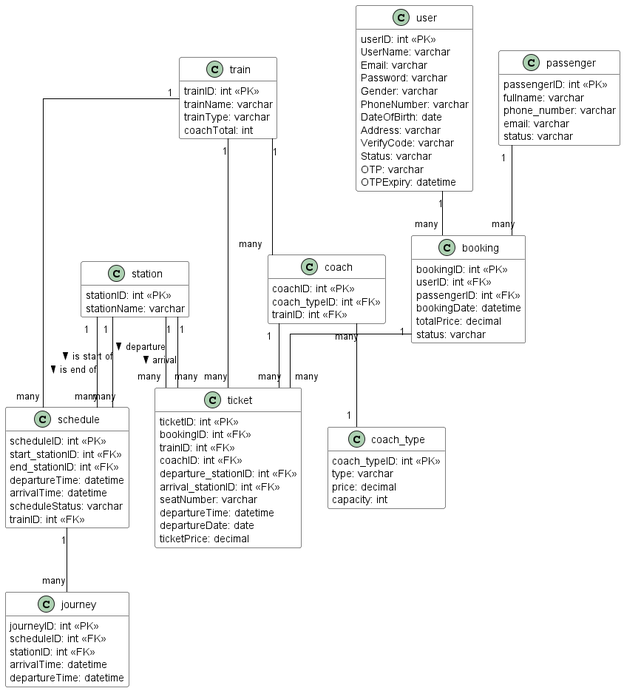
anhoang935/railway-app-web keeps this PlantUML diagram as out/uml/backendcomponent/BackendComponentDiagram.png. Above is the earlier version. Its diagram source:
```plantuml
@startuml BackendComponentDiagram

hide empty members
skinparam linetype ortho
skinparam monochrome false

skinparam class {
  BackgroundColor white
  BorderColor black
  ArrowColor black
}

class user {
  userID: int <<PK>>
  UserName: varchar
  Email: varchar
  Password: varchar
  Gender: varchar
  PhoneNumber: varchar
  DateOfBirth: date
  Address: varchar
  VerifyCode: varchar
  Status: varchar
  OTP: varchar
  OTPExpiry: datetime
}

class train {
  trainID: int <<PK>>
  trainName: varchar
  trainType: varchar
  coachTotal: int
}

class coach {
  coachID: int <<PK>>
  coach_typeID: int <<FK>>
  trainID: int <<FK>>
}

class coach_type {
  coach_typeID: int <<PK>>
  type: varchar
  price: decimal
  capacity: int
}

class station {
  stationID: int <<PK>>
  stationName: varchar
}

class schedule {
  scheduleID: int <<PK>>
  start_stationID: int <<FK>>
  end_stationID: int <<FK>>
  departureTime: datetime
  arrivalTime: datetime
  scheduleStatus: varchar
  trainID: int <<FK>>
}

class passenger {
  passengerID: int <<PK>>
  fullname: varchar
  phone_number: varchar
  email: varchar
  status: varchar
}

class ticket {
  ticketID: int <<PK>>
  bookingID: int <<FK>>
  trainID: int <<FK>>
  coachID: int <<FK>>
  departure_stationID: int <<FK>>
  arrival_stationID: int <<FK>>
  seatNumber: varchar
  departureTime: datetime
  departureDate: date
  ticketPrice: decimal
}

class journey {
  journeyID: int <<PK>>
  scheduleID: int <<FK>>
  stationID: int <<FK>>
  arrivalTime: datetime
  departureTime: datetime
}

class booking {
  bookingID: int <<PK>>
  userID: int <<FK>>
  passengerID: int <<FK>>
  bookingDate: datetime
  totalPrice: decimal
  status: varchar
}

train "1" -- "many" coach
coach "many" -- "1" coach_type
train "1" -- "many" schedule
station "1" -- "many" schedule : is start of >
station "1" -- "many" schedule : is end of >
schedule "1" -- "many" journey
passenger "1" -- "many" booking
user "1" -- "many" booking
booking "1" -- "many" ticket
train "1" -- "many" ticket
coach "1" -- "many" ticket
station "1" -- "many" ticket : departure >
station "1" -- "many" ticket : arrival >

@enduml
```
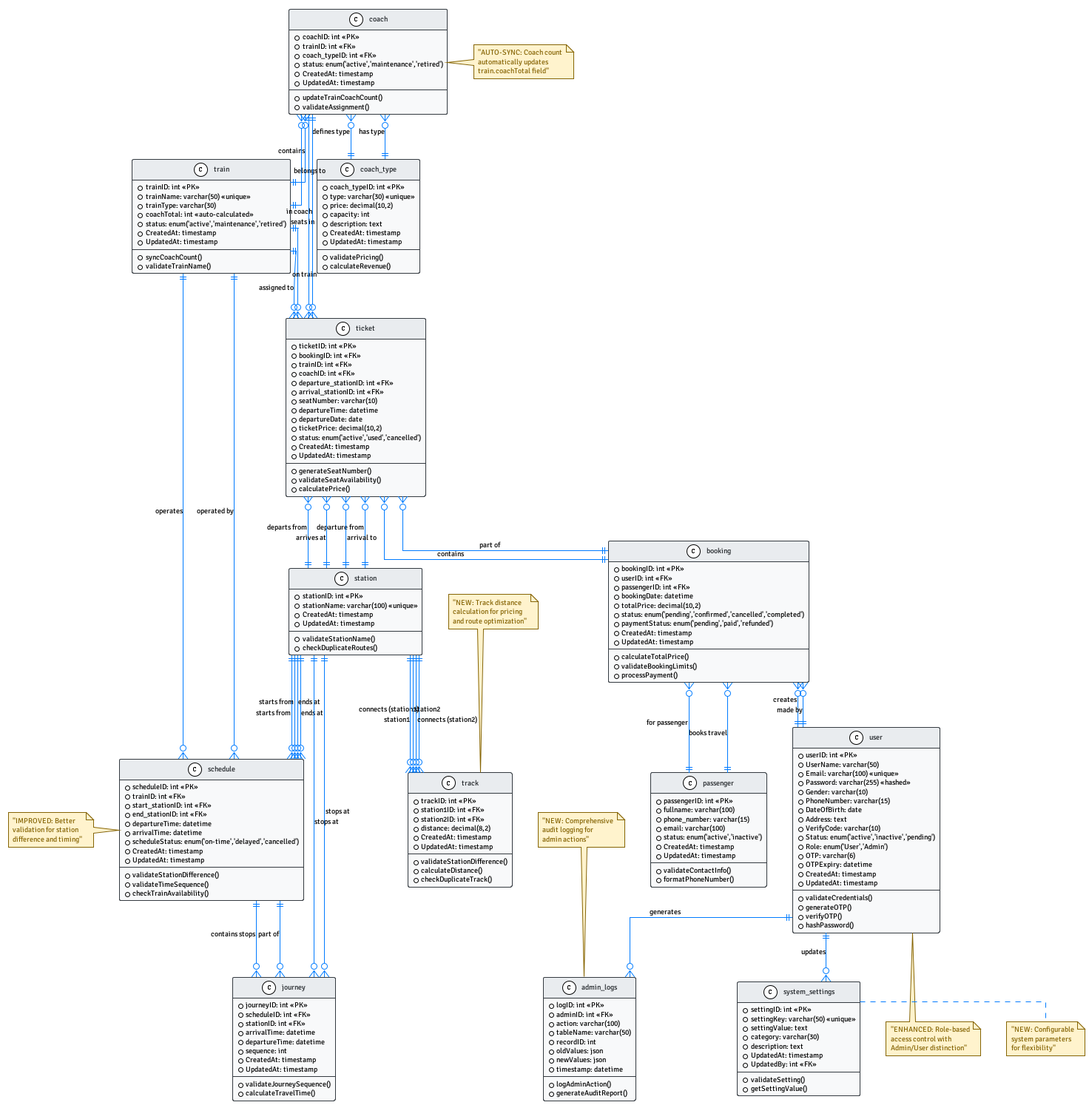
Later version of the same file.

Change to the diagram source:
```diff
@@ -1,115 +1,270 @@
 @startuml BackendComponentDiagram
 
+!theme plain
 hide empty members
 skinparam linetype ortho
 skinparam monochrome false
+skinparam defaultFontName Signika
+skinparam defaultFontSize 10
 
 skinparam class {
-  BackgroundColor white
-  BorderColor black
-  ArrowColor black
+  BackgroundColor #F8F9FA
+  BorderColor #343A40
+  ArrowColor #007BFF
+  FontColor #212529
+  HeaderBackgroundColor #E9ECEF
+  HeaderFontColor #495057
+}
+
+skinparam note {
+  BackgroundColor #FFF3CD
+  BorderColor #856404
+  FontColor #856404
 }
 
 class user {
-  userID: int <<PK>>
-  UserName: varchar
-  Email: varchar
-  Password: varchar
-  Gender: varchar
-  PhoneNumber: varchar
-  DateOfBirth: date
-  Address: varchar
-  VerifyCode: varchar
-  Status: varchar
-  OTP: varchar
-  OTPExpiry: datetime
+  + userID: int <<PK>>
+  + UserName: varchar(50)
+  + Email: varchar(100) <<unique>>
+  + Password: varchar(255) <<hashed>>
+  + Gender: varchar(10)
+  + PhoneNumber: varchar(15)
+  + DateOfBirth: date
+  + Address: text
+  + VerifyCode: varchar(10)
+  + Status: enum('active','inactive','pending')
+  + Role: enum('User','Admin')
+  + OTP: varchar(6)
+  + OTPExpiry: datetime
+  + CreatedAt: timestamp
+  + UpdatedAt: timestamp
+  --
+  + validateCredentials()
+  + generateOTP()
+  + verifyOTP()
+  + hashPassword()
+}
+
+class station {
+  + stationID: int <<PK>>
+  + stationName: varchar(100) <<unique>>
+  + CreatedAt: timestamp
+  + UpdatedAt: timestamp
+  --
+  + validateStationName()
+  + checkDuplicateRoutes()
+}
+
+class track {
+  + trackID: int <<PK>>
+  + station1ID: int <<FK>>
+  + station2ID: int <<FK>>
+  + distance: decimal(8,2)
+  + CreatedAt: timestamp
+  + UpdatedAt: timestamp
+  --
+  + validateStationDifference()
+  + calculateDistance()
+  + checkDuplicateTrack()
 }
 
 class train {
-  trainID: int <<PK>>
-  trainName: varchar
-  trainType: varchar
-  coachTotal: int
+  + trainID: int <<PK>>
+  + trainName: varchar(50) <<unique>>
+  + trainType: varchar(30)
+  + coachTotal: int <<auto-calculated>>
+  + status: enum('active','maintenance','retired')
+  + CreatedAt: timestamp
+  + UpdatedAt: timestamp
+  --
+  + syncCoachCount()
+  + validateTrainName()
+}
+
+class coach_type {
+  + coach_typeID: int <<PK>>
+  + type: varchar(30) <<unique>>
+  + price: decimal(10,2)
+  + capacity: int
+  + description: text
+  + CreatedAt: timestamp
+  + UpdatedAt: timestamp
+  --
+  + validatePricing()
+  + calculateRevenue()
 }
 
 class coach {
-  coachID: int <<PK>>
-  coach_typeID: int <<FK>>
-  trainID: int <<FK>>
-}
-
-class coach_type {
-  coach_typeID: int <<PK>>
-  type: varchar
-  price: decimal
-  capacity: int
-}
-
-class station {
-  stationID: int <<PK>>
-  stationName: varchar
+  + coachID: int <<PK>>
+  + trainID: int <<FK>>
+  + coach_typeID: int <<FK>>
+  + status: enum('active','maintenance','retired')
+  + CreatedAt: timestamp
+  + UpdatedAt: timestamp
+  --
+  + updateTrainCoachCount()
+  + validateAssignment()
 }
 
 class schedule {
-  scheduleID: int <<PK>>
-  start_stationID: int <<FK>>
-  end_stationID: int <<FK>>
-  departureTime: datetime
-  arrivalTime: datetime
-  scheduleStatus: varchar
-  trainID: int <<FK>>
+  + scheduleID: int <<PK>>
+  + trainID: int <<FK>>
+  + start_stationID: int <<FK>>
+  + end_stationID: int <<FK>>
+  + departureTime: datetime
+  + arrivalTime: datetime
+  + scheduleStatus: enum('on-time','delayed','cancelled')
+  + CreatedAt: timestamp
+  + UpdatedAt: timestamp
+  --
+  + validateStationDifference()
+  + validateTimeSequence()
+  + checkTrainAvailability()
+}
+
+class journey {
+  + journeyID: int <<PK>>
+  + scheduleID: int <<FK>>
+  + stationID: int <<FK>>
+  + arrivalTime: datetime
+  + departureTime: datetime
+  + sequence: int
+  + CreatedAt: timestamp
+  + UpdatedAt: timestamp
+  --
+  + validateJourneySequence()
+  + calculateTravelTime()
 }
 
 class passenger {
-  passengerID: int <<PK>>
-  fullname: varchar
-  phone_number: varchar
-  email: varchar
-  status: varchar
+  + passengerID: int <<PK>>
+  + fullname: varchar(100)
+  + phone_number: varchar(15)
+  + email: varchar(100)
+  + status: enum('active','inactive')
+  + CreatedAt: timestamp
+  + UpdatedAt: timestamp
+  --
+  + validateContactInfo()
+  + formatPhoneNumber()
+}
+
+class booking {
+  + bookingID: int <<PK>>
+  + userID: int <<FK>>
+  + passengerID: int <<FK>>
+  + bookingDate: datetime
+  + totalPrice: decimal(10,2)
+  + status: enum('pending','confirmed','cancelled','completed')
+  + paymentStatus: enum('pending','paid','refunded')
+  + CreatedAt: timestamp
+  + UpdatedAt: timestamp
+  --
+  + calculateTotalPrice()
+  + validateBookingLimits()
+  + processPayment()
 }
 
 class ticket {
-  ticketID: int <<PK>>
-  bookingID: int <<FK>>
-  trainID: int <<FK>>
-  coachID: int <<FK>>
-  departure_stationID: int <<FK>>
-  arrival_stationID: int <<FK>>
-  seatNumber: varchar
-  departureTime: datetime
-  departureDate: date
-  ticketPrice: decimal
+  + ticketID: int <<PK>>
+  + bookingID: int <<FK>>
+  + trainID: int <<FK>>
+  + coachID: int <<FK>>
+  + departure_stationID: int <<FK>>
+  + arrival_stationID: int <<FK>>
+  + seatNumber: varchar(10)
+  + departureTime: datetime
+  + departureDate: date
+  + ticketPrice: decimal(10,2)
+  + status: enum('active','used','cancelled')
+  + CreatedAt: timestamp
+  + UpdatedAt: timestamp
+  --
+  + generateSeatNumber()
+  + validateSeatAvailability()
+  + calculatePrice()
 }
 
-class journey {
-  journeyID: int <<PK>>
-  scheduleID: int <<FK>>
-  stationID: int <<FK>>
-  arrivalTime: datetime
-  departureTime: datetime
+class admin_logs {
+  + logID: int <<PK>>
+  + adminID: int <<FK>>
+  + action: varchar(100)
+  + tableName: varchar(50)
+  + recordID: int
+  + oldValues: json
+  + newValues: json
+  + timestamp: datetime
+  --
+  + logAdminAction()
+  + generateAuditReport()
 }
 
-class booking {
-  bookingID: int <<PK>>
-  userID: int <<FK>>
-  passengerID: int <<FK>>
-  bookingDate: datetime
-  totalPrice: decimal
-  status: varchar
+class system_settings {
+  + settingID: int <<PK>>
+  + settingKey: varchar(50) <<unique>>
+  + settingValue: text
+  + category: varchar(30)
+  + description: text
+  + UpdatedAt: timestamp
+  + UpdatedBy: int <<FK>>
+  --
+  + validateSetting()
+  + getSettingValue()
 }
 
-train "1" -- "many" coach
-coach "many" -- "1" coach_type
-train "1" -- "many" schedule
-station "1" -- "many" schedule : is start of >
-station "1" -- "many" schedule : is end of >
-schedule "1" -- "many" journey
-passenger "1" -- "many" booking
-user "1" -- "many" booking
-booking "1" -- "many" ticket
-train "1" -- "many" ticket
-coach "1" -- "many" ticket
-station "1" -- "many" ticket : departure >
-station "1" -- "many" ticket : arrival >
+user ||--o{ booking : "creates"
+user ||--o{ admin_logs : "generates"
+user ||--o{ system_settings : "updates"
+
+station ||--o{ track : "connects (station1)"
+station ||--o{ track : "connects (station2)"
+station ||--o{ schedule : "starts from"
+station ||--o{ schedule : "ends at"
+station ||--o{ journey : "stops at"
+station ||--o{ ticket : "departure from"
+station ||--o{ ticket : "arrival to"
+
+track }o--|| station : "station1"
+track }o--|| station : "station2"
+
+train ||--o{ coach : "contains"
+train ||--o{ schedule : "operates"
+train ||--o{ ticket : "assigned to"
+
+coach_type ||--o{ coach : "defines type"
+coach }o--|| train : "belongs to"
+coach }o--|| coach_type : "has type"
+coach ||--o{ ticket : "seats in"
+
+schedule }o--|| train : "operated by"
+schedule }o--|| station : "starts from"
+schedule }o--|| station : "ends at"
+schedule ||--o{ journey : "contains stops"
+
+journey }o--|| schedule : "part of"
+journey }o--|| station : "stops at"
+
+passenger ||--o{ booking : "books travel"
+booking }o--|| user : "made by"
+booking }o--|| passenger : "for passenger"
+booking ||--o{ ticket : "contains"
+
+ticket }o--|| booking : "part of"
+ticket }o--|| train : "on train"
+ticket }o--|| coach : "in coach"
+ticket }o--|| station : "departs from"
+ticket }o--|| station : "arrives at"
+
+note top of track : "NEW: Track distance\ncalculation for pricing\nand route optimization"
+
+note right of coach : "AUTO-SYNC: Coach count\nautomatically updates\ntrain.coachTotal field"
+
+note top of admin_logs : "NEW: Comprehensive\naudit logging for\nadmin actions"
+
+note right of system_settings : "NEW: Configurable\nsystem parameters\nfor flexibility"
+
+note bottom of user : "ENHANCED: Role-based\naccess control with\nAdmin/User distinction"
+
+note left of schedule : "IMPROVED: Better\nvalidation for station\ndifference and timing"
 
 @enduml
```
